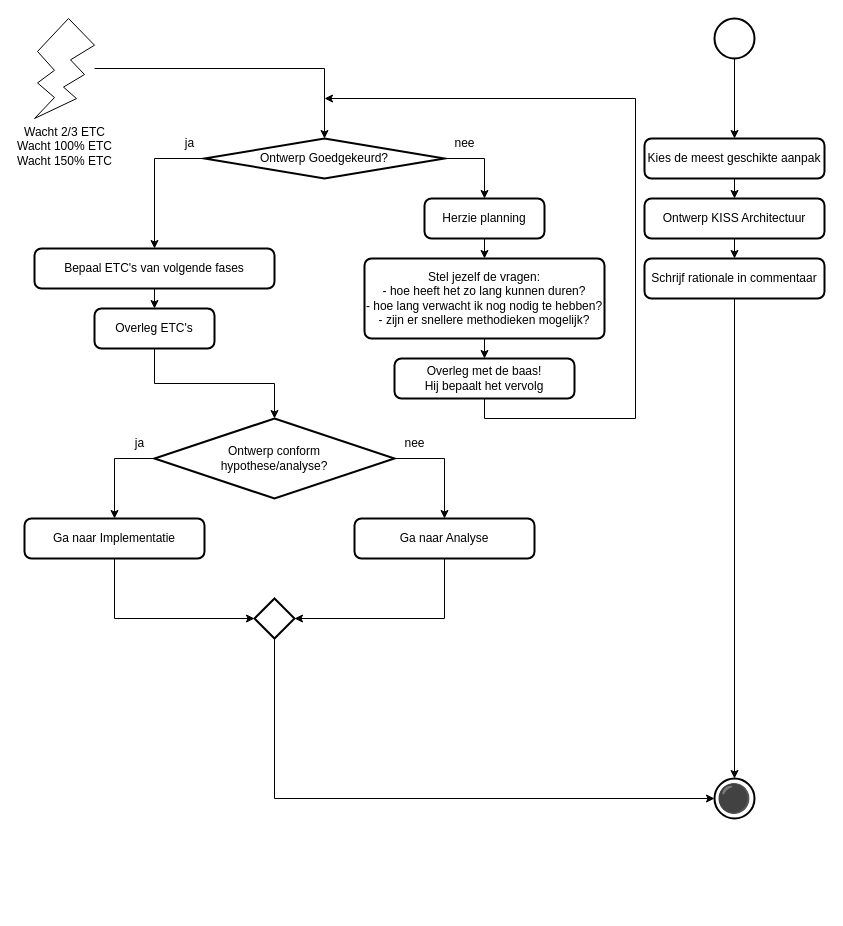
The draw.io diagram 3 Issue Tracker ontwerp.drawio in Zaibatsu89/IssueTracker, before the edit. Source tidied: cells renumbered, new cells numbered last; positions are measured from the earlier drawing's top-left corner, leaving out a move shared by most shapes. Both pictures are drawn from the tidied source at 100%, with x=0, y=0 at pixel (24, 18).
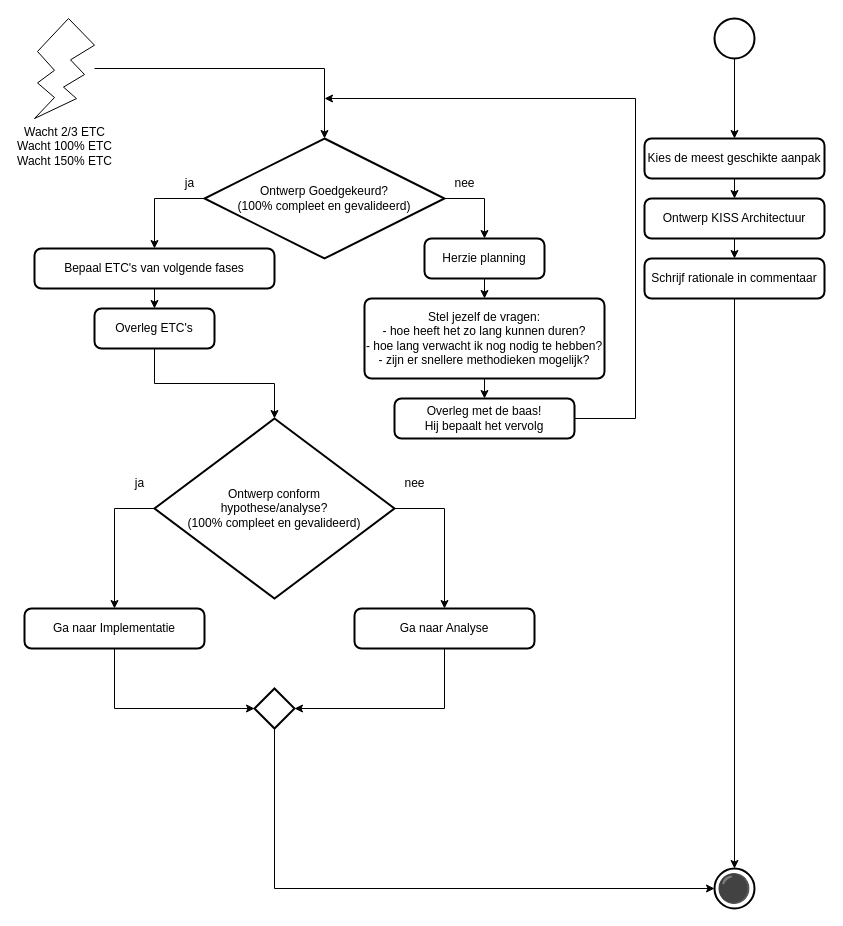
After the change.

The edit, as a diff of the source:
```diff
@@
-    <mxCell id="11" value="Ontwerp Goedgekeurd?" style="strokeWidth=2;html=1;shape=mxgraph.flowchart.decision;whiteSpace=wrap;" parent="1" vertex="1">
-      <mxGeometry x="180" y="120" width="240" height="40" as="geometry" />
+    <mxCell id="11" value="Ontwerp Goedgekeurd?&lt;br&gt;(100% compleet en gevalideerd)" style="strokeWidth=2;html=1;shape=mxgraph.flowchart.decision;whiteSpace=wrap;" parent="1" vertex="1">
+      <mxGeometry x="180" y="120" width="240" height="120" as="geometry" />
     </mxCell>
     <mxCell id="12" value="ja" style="text;html=1;align=center;verticalAlign=middle;strokeColor=none;fillColor=none;" parent="1" vertex="1">
-      <mxGeometry x="150" y="110" width="30" height="30" as="geometry" />
+      <mxGeometry x="150" y="150" width="30" height="30" as="geometry" />
     </mxCell>
     <mxCell id="13" value="nee" style="text;html=1;align=center;verticalAlign=middle;strokeColor=none;fillColor=none;" parent="1" vertex="1">
-      <mxGeometry x="420" y="110" width="40" height="30" as="geometry" />
+      <mxGeometry x="420" y="150" width="40" height="30" as="geometry" />
     </mxCell>
     <mxCell id="14" value="Ga naar Implementatie" style="rounded=1;whiteSpace=wrap;html=1;absoluteArcSize=1;arcSize=14;strokeWidth=2;" parent="1" vertex="1">
-      <mxGeometry y="500" width="180" height="40" as="geometry" />
+      <mxGeometry y="590" width="180" height="40" as="geometry" />
     </mxCell>
+    <mxCell id="16" style="edgeStyle=orthogonalEdgeStyle;rounded=0;jettySize=auto;html=1;exitX=1;exitY=0.5;exitDx=0;exitDy=0;exitPerimeter=0;entryX=0.5;entryY=0;entryDx=0;entryDy=0;" parent="1" edge="1" source="17" target="19">
+      <mxGeometry relative="1" as="geometry" />
+    </mxCell>
@@
-    <mxCell id="16" style="edgeStyle=orthogonalEdgeStyle;rounded=0;jettySize=auto;html=1;exitX=1;exitY=0.5;exitDx=0;exitDy=0;exitPerimeter=0;entryX=0.5;entryY=0;entryDx=0;entryDy=0;" parent="1" edge="1" source="17" target="19">
-      <mxGeometry relative="1" as="geometry" />
-    </mxCell>
-    <mxCell id="17" value="Ontwerp conform&lt;br&gt;hypothese/analyse?" style="strokeWidth=2;html=1;shape=mxgraph.flowchart.decision;whiteSpace=wrap;" parent="1" vertex="1">
-      <mxGeometry x="130" y="400" width="240" height="80" as="geometry" />
+    <mxCell id="17" value="Ontwerp conform&lt;br&gt;hypothese/analyse?&lt;br&gt;(100% compleet en gevalideerd)" style="strokeWidth=2;html=1;shape=mxgraph.flowchart.decision;whiteSpace=wrap;" parent="1" vertex="1">
+      <mxGeometry x="130" y="400" width="240" height="180" as="geometry" />
     </mxCell>
     <mxCell id="18" value="ja" style="text;html=1;align=center;verticalAlign=middle;strokeColor=none;fillColor=none;" parent="1" vertex="1">
-      <mxGeometry x="100" y="410" width="30" height="30" as="geometry" />
+      <mxGeometry x="100" y="450" width="30" height="30" as="geometry" />
     </mxCell>
     <mxCell id="19" value="Ga naar Analyse" style="rounded=1;whiteSpace=wrap;html=1;absoluteArcSize=1;arcSize=14;strokeWidth=2;" parent="1" vertex="1">
-      <mxGeometry x="330" y="500" width="180" height="40" as="geometry" />
+      <mxGeometry x="330" y="590" width="180" height="40" as="geometry" />
     </mxCell>
     <mxCell id="20" value="&lt;span&gt;⚫&lt;/span&gt;" style="strokeWidth=2;html=1;shape=mxgraph.flowchart.start_2;whiteSpace=wrap;fontSize=28;" parent="1" vertex="1">
-      <mxGeometry x="690" y="760" width="40" height="40" as="geometry" />
+      <mxGeometry x="690" y="850" width="40" height="40" as="geometry" />
     </mxCell>
@@
     <mxCell id="24" value="nee" style="text;html=1;align=center;verticalAlign=middle;strokeColor=none;fillColor=none;" parent="1" vertex="1">
-      <mxGeometry x="370" y="410" width="40" height="30" as="geometry" />
+      <mxGeometry x="370" y="450" width="40" height="30" as="geometry" />
     </mxCell>
@@
     <mxCell id="27" value="Herzie planning" style="rounded=1;whiteSpace=wrap;html=1;absoluteArcSize=1;arcSize=14;strokeWidth=2;" parent="1" vertex="1">
-      <mxGeometry x="400" y="180" width="120" height="40" as="geometry" />
+      <mxGeometry x="400" y="220" width="120" height="40" as="geometry" />
     </mxCell>
@@
     <mxCell id="29" value="Stel jezelf de vragen:&lt;div&gt;- hoe heeft het zo lang kunnen duren?&lt;/div&gt;&lt;div&gt;- hoe lang verwacht ik nog nodig te hebben?&lt;/div&gt;&lt;div&gt;- zijn er snellere methodieken mogelijk?&lt;/div&gt;" style="rounded=1;whiteSpace=wrap;html=1;absoluteArcSize=1;arcSize=14;strokeWidth=2;" parent="1" vertex="1">
-      <mxGeometry x="340" y="240" width="240" height="80" as="geometry" />
+      <mxGeometry x="340" y="280" width="240" height="80" as="geometry" />
     </mxCell>
@@
     <mxCell id="31" value="Overleg met de baas!&lt;br&gt;Hij bepaalt het vervolg" style="rounded=1;whiteSpace=wrap;html=1;absoluteArcSize=1;arcSize=14;strokeWidth=2;" parent="1" vertex="1">
-      <mxGeometry x="370" y="340" width="180" height="40" as="geometry" />
+      <mxGeometry x="370" y="380" width="180" height="40" as="geometry" />
     </mxCell>
     <mxCell id="32" style="strokeWidth=2;html=1;shape=mxgraph.flowchart.decision;whiteSpace=wrap;" parent="1" vertex="1">
-      <mxGeometry x="230" y="580" width="40" height="40" as="geometry" />
+      <mxGeometry x="230" y="670" width="40" height="40" as="geometry" />
     </mxCell>
```
